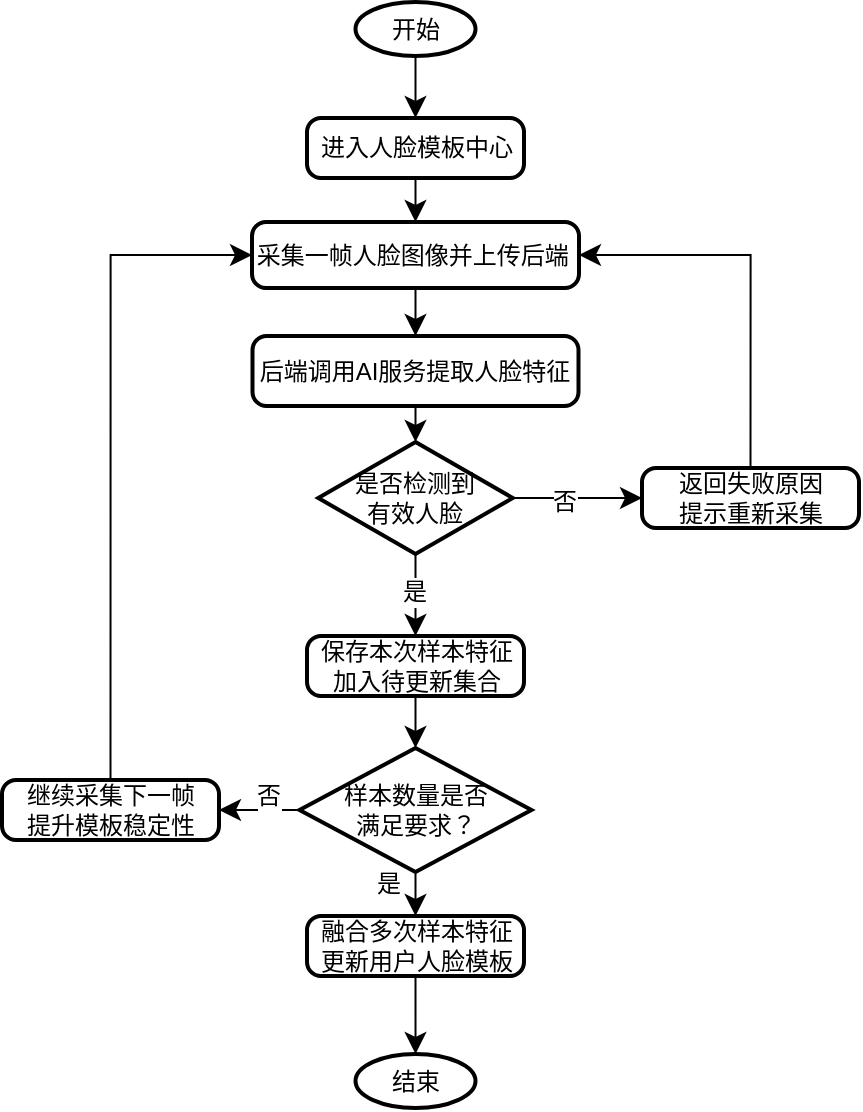
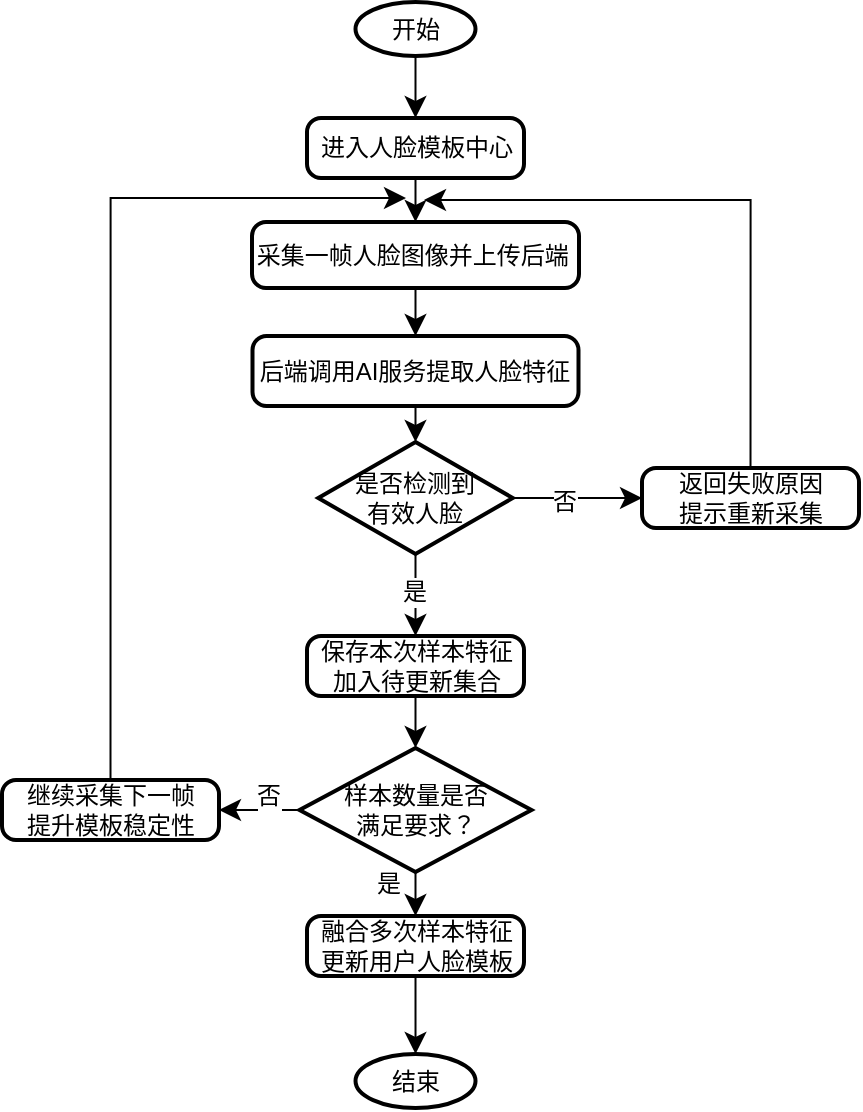
<mxfile host="app.diagrams.net">
  <diagram name="Page-1" id="3E11wlv4YcurvbQGb2JN">
    <mxGraphModel dx="937" dy="1218" grid="0" gridSize="10" guides="1" tooltips="1" connect="1" arrows="1" fold="1" page="0" pageScale="1" pageWidth="827" pageHeight="1169" math="0" shadow="0">
      <root>
        <mxCell id="0" />
        <mxCell id="1" parent="0" />
        <mxCell id="tGdi3pHIQmFbSmgxtYKY-13" edge="1" parent="1" source="tGdi3pHIQmFbSmgxtYKY-1" style="edgeStyle=none;curved=1;rounded=0;orthogonalLoop=1;jettySize=auto;html=1;entryX=0.5;entryY=0;entryDx=0;entryDy=0;fontSize=12;startSize=8;endSize=8;" target="tGdi3pHIQmFbSmgxtYKY-2">
          <mxGeometry relative="1" as="geometry" />
        </mxCell>
        <mxCell id="tGdi3pHIQmFbSmgxtYKY-1" parent="1" style="strokeWidth=2;html=1;shape=mxgraph.flowchart.start_1;whiteSpace=wrap;" value="开始" vertex="1">
          <mxGeometry height="27" width="60" x="161.75" y="-162" as="geometry" />
        </mxCell>
        <mxCell id="tGdi3pHIQmFbSmgxtYKY-14" edge="1" parent="1" source="tGdi3pHIQmFbSmgxtYKY-2" style="edgeStyle=none;curved=1;rounded=0;orthogonalLoop=1;jettySize=auto;html=1;exitX=0.5;exitY=1;exitDx=0;exitDy=0;entryX=0.5;entryY=0;entryDx=0;entryDy=0;fontSize=12;startSize=8;endSize=8;" target="tGdi3pHIQmFbSmgxtYKY-3">
          <mxGeometry relative="1" as="geometry" />
        </mxCell>
        <mxCell id="tGdi3pHIQmFbSmgxtYKY-2" parent="1" style="rounded=1;whiteSpace=wrap;html=1;absoluteArcSize=1;arcSize=14;strokeWidth=2;" value="进入人脸模板中心" vertex="1">
          <mxGeometry height="30" width="108.5" x="137.5" y="-104" as="geometry" />
        </mxCell>
        <mxCell id="tGdi3pHIQmFbSmgxtYKY-15" edge="1" parent="1" source="tGdi3pHIQmFbSmgxtYKY-3" style="edgeStyle=none;curved=1;rounded=0;orthogonalLoop=1;jettySize=auto;html=1;exitX=0.5;exitY=1;exitDx=0;exitDy=0;entryX=0.5;entryY=0;entryDx=0;entryDy=0;fontSize=12;startSize=8;endSize=8;" target="tGdi3pHIQmFbSmgxtYKY-4">
          <mxGeometry relative="1" as="geometry" />
        </mxCell>
        <mxCell id="tGdi3pHIQmFbSmgxtYKY-3" parent="1" style="rounded=1;whiteSpace=wrap;html=1;absoluteArcSize=1;arcSize=14;strokeWidth=2;" value="采集一帧人脸图像并上传后端&amp;nbsp;" vertex="1">
          <mxGeometry height="33" width="163.5" x="110" y="-52" as="geometry" />
        </mxCell>
        <mxCell id="tGdi3pHIQmFbSmgxtYKY-4" parent="1" style="rounded=1;whiteSpace=wrap;html=1;absoluteArcSize=1;arcSize=14;strokeWidth=2;" value="后端调用AI服务提取人脸特征" vertex="1">
          <mxGeometry height="35" width="163" x="110.25" y="5" as="geometry" />
        </mxCell>
        <mxCell id="tGdi3pHIQmFbSmgxtYKY-17" edge="1" parent="1" source="tGdi3pHIQmFbSmgxtYKY-5" style="edgeStyle=none;curved=1;rounded=0;orthogonalLoop=1;jettySize=auto;html=1;entryX=0;entryY=0.5;entryDx=0;entryDy=0;fontSize=12;startSize=8;endSize=8;" target="tGdi3pHIQmFbSmgxtYKY-6">
          <mxGeometry relative="1" as="geometry" />
        </mxCell>
        <mxCell id="tGdi3pHIQmFbSmgxtYKY-18" connectable="0" parent="tGdi3pHIQmFbSmgxtYKY-17" style="edgeLabel;html=1;align=center;verticalAlign=middle;resizable=0;points=[];fontSize=12;" value="否" vertex="1">
          <mxGeometry relative="1" x="-0.2174" y="-2" as="geometry">
            <mxPoint as="offset" />
          </mxGeometry>
        </mxCell>
        <mxCell id="tGdi3pHIQmFbSmgxtYKY-20" edge="1" parent="1" source="tGdi3pHIQmFbSmgxtYKY-5" style="edgeStyle=none;curved=1;rounded=0;orthogonalLoop=1;jettySize=auto;html=1;entryX=0.5;entryY=0;entryDx=0;entryDy=0;fontSize=12;startSize=8;endSize=8;" target="tGdi3pHIQmFbSmgxtYKY-7">
          <mxGeometry relative="1" as="geometry" />
        </mxCell>
        <mxCell id="tGdi3pHIQmFbSmgxtYKY-21" connectable="0" parent="tGdi3pHIQmFbSmgxtYKY-20" style="edgeLabel;html=1;align=center;verticalAlign=middle;resizable=0;points=[];fontSize=12;" value="是" vertex="1">
          <mxGeometry relative="1" x="-0.0732" y="-1" as="geometry">
            <mxPoint as="offset" />
          </mxGeometry>
        </mxCell>
        <mxCell id="tGdi3pHIQmFbSmgxtYKY-5" parent="1" style="strokeWidth=2;html=1;shape=mxgraph.flowchart.decision;whiteSpace=wrap;" value="是否检测到&lt;div&gt;有效人脸&lt;/div&gt;" vertex="1">
          <mxGeometry height="56" width="97.25" x="143.13" y="58" as="geometry" />
        </mxCell>
-         <mxCell id="tGdi3pHIQmFbSmgxtYKY-19" edge="1" parent="1" source="tGdi3pHIQmFbSmgxtYKY-6" style="edgeStyle=orthogonalEdgeStyle;rounded=0;orthogonalLoop=1;jettySize=auto;html=1;entryX=1;entryY=0.5;entryDx=0;entryDy=0;fontSize=12;startSize=8;endSize=8;exitX=0.5;exitY=0;exitDx=0;exitDy=0;" target="tGdi3pHIQmFbSmgxtYKY-3">
-           <mxGeometry relative="1" as="geometry" />
-         </mxCell>
        <mxCell id="tGdi3pHIQmFbSmgxtYKY-6" parent="1" style="rounded=1;whiteSpace=wrap;html=1;absoluteArcSize=1;arcSize=14;strokeWidth=2;" value="返回失败原因&lt;div&gt;提示重新采集&lt;/div&gt;" vertex="1">
          <mxGeometry height="30" width="108.5" x="305" y="71" as="geometry" />
        </mxCell>
        <mxCell id="tGdi3pHIQmFbSmgxtYKY-7" parent="1" style="rounded=1;whiteSpace=wrap;html=1;absoluteArcSize=1;arcSize=14;strokeWidth=2;" value="保存本次样本特征&lt;div&gt;加入待更新集合&lt;/div&gt;" vertex="1">
          <mxGeometry height="30" width="108.5" x="137.5" y="155" as="geometry" />
        </mxCell>
        <mxCell id="tGdi3pHIQmFbSmgxtYKY-23" edge="1" parent="1" source="tGdi3pHIQmFbSmgxtYKY-8" style="edgeStyle=none;curved=1;rounded=0;orthogonalLoop=1;jettySize=auto;html=1;exitX=0.5;exitY=1;exitDx=0;exitDy=0;exitPerimeter=0;entryX=0.5;entryY=0;entryDx=0;entryDy=0;fontSize=12;startSize=8;endSize=8;" target="tGdi3pHIQmFbSmgxtYKY-9">
          <mxGeometry relative="1" as="geometry" />
        </mxCell>
        <mxCell id="tGdi3pHIQmFbSmgxtYKY-25" connectable="0" parent="tGdi3pHIQmFbSmgxtYKY-23" style="edgeLabel;html=1;align=center;verticalAlign=middle;resizable=0;points=[];fontSize=12;" value="是" vertex="1">
          <mxGeometry relative="1" x="-0.4545" y="-2" as="geometry">
            <mxPoint x="-12" as="offset" />
          </mxGeometry>
        </mxCell>
        <mxCell id="tGdi3pHIQmFbSmgxtYKY-27" edge="1" parent="1" source="tGdi3pHIQmFbSmgxtYKY-8" style="edgeStyle=none;curved=1;rounded=0;orthogonalLoop=1;jettySize=auto;html=1;exitX=0;exitY=0.5;exitDx=0;exitDy=0;exitPerimeter=0;entryX=1;entryY=0.5;entryDx=0;entryDy=0;fontSize=12;startSize=8;endSize=8;" target="tGdi3pHIQmFbSmgxtYKY-10">
          <mxGeometry relative="1" as="geometry" />
        </mxCell>
        <mxCell id="tGdi3pHIQmFbSmgxtYKY-28" connectable="0" parent="tGdi3pHIQmFbSmgxtYKY-27" style="edgeLabel;html=1;align=center;verticalAlign=middle;resizable=0;points=[];fontSize=12;" value="否" vertex="1">
          <mxGeometry relative="1" x="0.0973" y="-3" as="geometry">
            <mxPoint x="6" y="-4" as="offset" />
          </mxGeometry>
        </mxCell>
        <mxCell id="tGdi3pHIQmFbSmgxtYKY-8" parent="1" style="strokeWidth=2;html=1;shape=mxgraph.flowchart.decision;whiteSpace=wrap;" value="样本数量是否&lt;div&gt;满足要求？&lt;/div&gt;" vertex="1">
          <mxGeometry height="62" width="116" x="133.75" y="211" as="geometry" />
        </mxCell>
        <mxCell id="tGdi3pHIQmFbSmgxtYKY-9" parent="1" style="rounded=1;whiteSpace=wrap;html=1;absoluteArcSize=1;arcSize=14;strokeWidth=2;" value="融合多次样本特征&lt;div&gt;更新用户人脸模板&lt;/div&gt;" vertex="1">
          <mxGeometry height="30" width="108.5" x="137.5" y="295" as="geometry" />
        </mxCell>
-         <mxCell id="tGdi3pHIQmFbSmgxtYKY-29" edge="1" parent="1" source="tGdi3pHIQmFbSmgxtYKY-10" style="edgeStyle=orthogonalEdgeStyle;rounded=0;orthogonalLoop=1;jettySize=auto;html=1;entryX=0;entryY=0.5;entryDx=0;entryDy=0;fontSize=12;startSize=8;endSize=8;exitX=0.5;exitY=0;exitDx=0;exitDy=0;" target="tGdi3pHIQmFbSmgxtYKY-3">
-           <mxGeometry relative="1" as="geometry" />
-         </mxCell>
        <mxCell id="tGdi3pHIQmFbSmgxtYKY-10" parent="1" style="rounded=1;whiteSpace=wrap;html=1;absoluteArcSize=1;arcSize=14;strokeWidth=2;" value="继续采集下一帧&lt;div&gt;提升模板稳定性&lt;/div&gt;" vertex="1">
          <mxGeometry height="30" width="108.5" x="-15" y="227" as="geometry" />
        </mxCell>
        <mxCell id="tGdi3pHIQmFbSmgxtYKY-12" parent="1" style="strokeWidth=2;html=1;shape=mxgraph.flowchart.start_1;whiteSpace=wrap;" value="结束" vertex="1">
          <mxGeometry height="27" width="60" x="161.76" y="364" as="geometry" />
        </mxCell>
        <mxCell id="tGdi3pHIQmFbSmgxtYKY-16" edge="1" parent="1" source="tGdi3pHIQmFbSmgxtYKY-4" style="edgeStyle=none;curved=1;rounded=0;orthogonalLoop=1;jettySize=auto;html=1;exitX=0.5;exitY=1;exitDx=0;exitDy=0;entryX=0.5;entryY=0;entryDx=0;entryDy=0;entryPerimeter=0;fontSize=12;startSize=8;endSize=8;" target="tGdi3pHIQmFbSmgxtYKY-5">
          <mxGeometry relative="1" as="geometry" />
        </mxCell>
        <mxCell id="tGdi3pHIQmFbSmgxtYKY-22" edge="1" parent="1" source="tGdi3pHIQmFbSmgxtYKY-7" style="edgeStyle=none;curved=1;rounded=0;orthogonalLoop=1;jettySize=auto;html=1;exitX=0.5;exitY=1;exitDx=0;exitDy=0;entryX=0.5;entryY=0;entryDx=0;entryDy=0;entryPerimeter=0;fontSize=12;startSize=8;endSize=8;" target="tGdi3pHIQmFbSmgxtYKY-8">
          <mxGeometry relative="1" as="geometry" />
        </mxCell>
        <mxCell id="tGdi3pHIQmFbSmgxtYKY-26" edge="1" parent="1" source="tGdi3pHIQmFbSmgxtYKY-9" style="edgeStyle=none;curved=1;rounded=0;orthogonalLoop=1;jettySize=auto;html=1;entryX=0.5;entryY=0;entryDx=0;entryDy=0;entryPerimeter=0;fontSize=12;startSize=8;endSize=8;" target="tGdi3pHIQmFbSmgxtYKY-12">
          <mxGeometry relative="1" as="geometry" />
        </mxCell>
+         <mxCell id="3a_VFQu_GDc6J1CPnjoU-1" edge="1" parent="1" source="tGdi3pHIQmFbSmgxtYKY-10" style="endArrow=classic;html=1;rounded=0;fontSize=12;startSize=8;endSize=8;exitX=0.5;exitY=0;exitDx=0;exitDy=0;edgeStyle=orthogonalEdgeStyle;" value="">
+           <mxGeometry height="50" relative="1" width="50" as="geometry">
+             <Array as="points">
+               <mxPoint x="39" y="-64" />
+             </Array>
+             <mxPoint x="40" y="-34" as="sourcePoint" />
+             <mxPoint x="187" y="-64" as="targetPoint" />
+           </mxGeometry>
+         </mxCell>
+         <mxCell id="3a_VFQu_GDc6J1CPnjoU-2" edge="1" parent="1" source="tGdi3pHIQmFbSmgxtYKY-6" style="endArrow=classic;html=1;rounded=0;fontSize=12;startSize=8;endSize=8;edgeStyle=orthogonalEdgeStyle;exitX=0.5;exitY=0;exitDx=0;exitDy=0;" value="">
+           <mxGeometry height="50" relative="1" width="50" as="geometry">
+             <Array as="points">
+               <mxPoint x="359" y="-63" />
+             </Array>
+             <mxPoint x="257" y="-63" as="sourcePoint" />
+             <mxPoint x="196" y="-63" as="targetPoint" />
+           </mxGeometry>
+         </mxCell>
      </root>
    </mxGraphModel>
  </diagram>
</mxfile>
